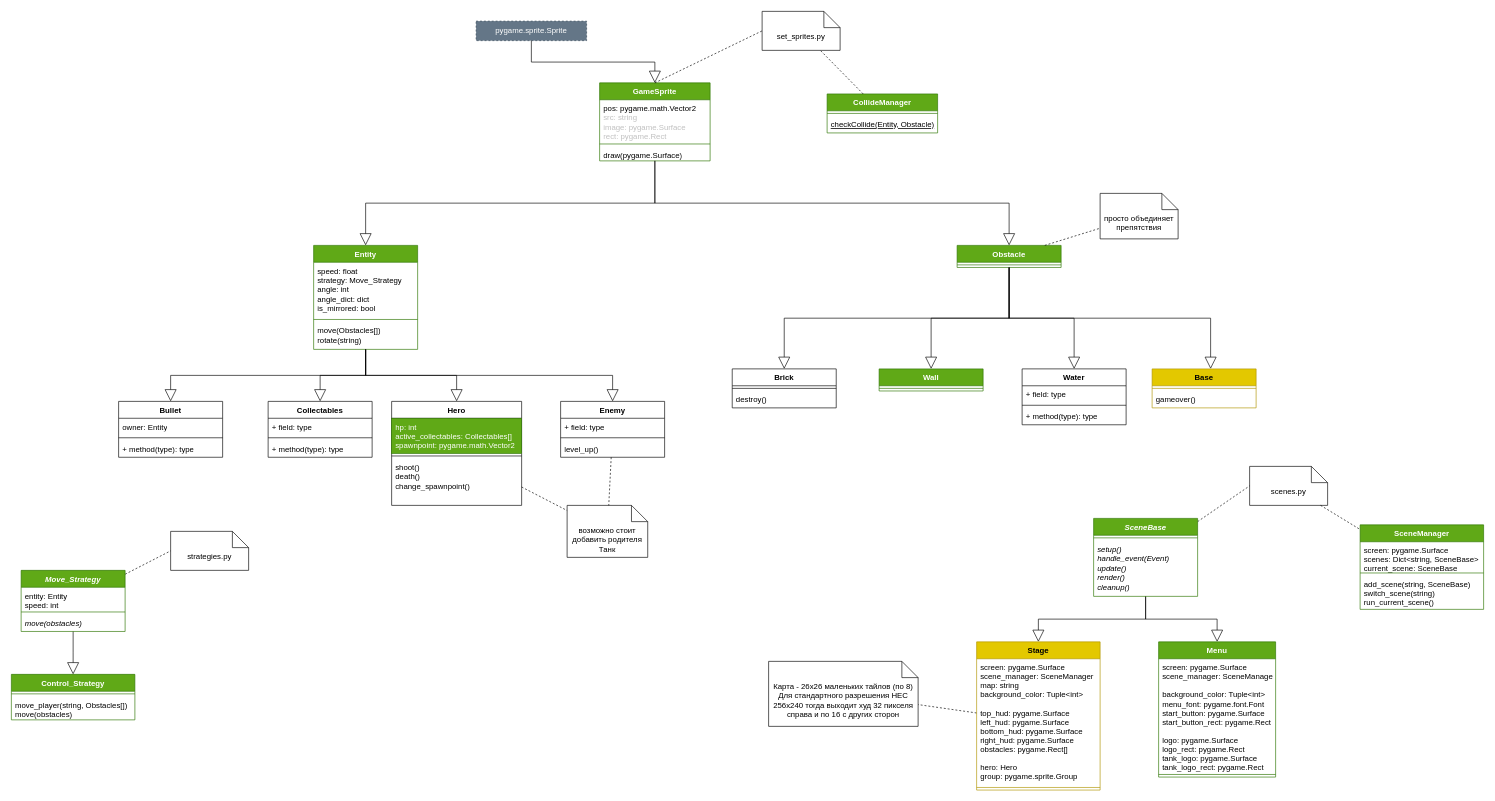
The draw.io diagram UML.drawio in MoNaK-Wales/battle_city, before the edit. Source tidied: cells renumbered, new cells numbered last; positions are measured from the earlier drawing's top-left corner, leaving out a move shared by most shapes. Both pictures are drawn from the tidied source at 65%, with x=0, y=0 at pixel (11, 11).
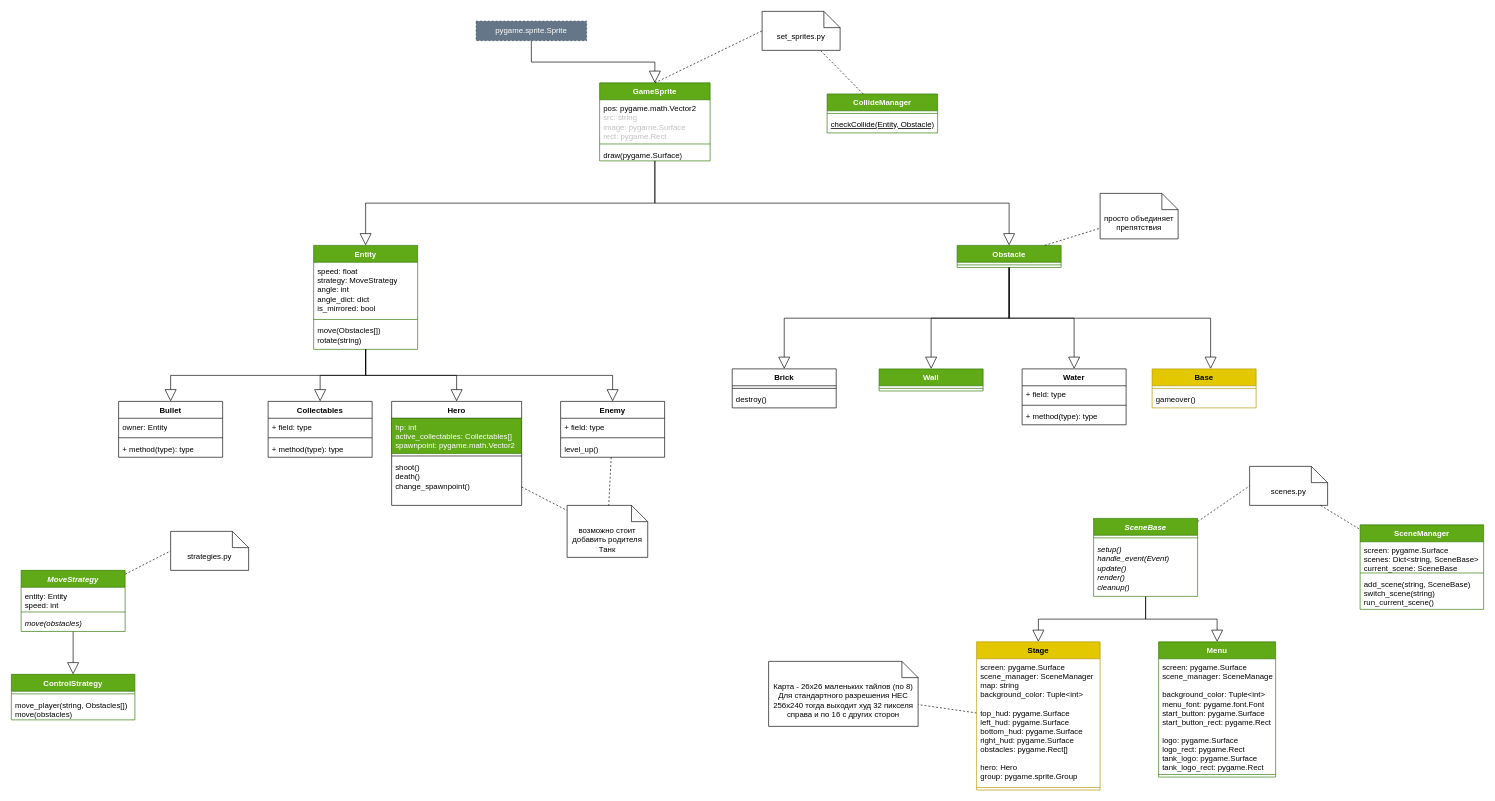
The same diagram, later.

The change refers to these unchanged cells:
```xml
<mxCell id="10" value="Entity" style="swimlane;fontStyle=1;align=center;verticalAlign=top;horizontal=1;startSize=26;whiteSpace=wrap;html=1;fillColor=#60a917;fontColor=#ffffff;strokeColor=#2D7600;" parent="1" vertex="1">
  <mxGeometry x="465" y="360" width="160" height="160" as="geometry" />
</mxCell>
```

Change to the diagram source:
```diff
@@
-    <mxCell id="11" value="&lt;font&gt;&lt;span&gt;speed: float&lt;/span&gt;&lt;br&gt;strategy: Move_Strategy&lt;/font&gt;&lt;div&gt;&lt;font&gt;angle: int&lt;br&gt;angle_dict: dict&lt;br&gt;is_mirrored: bool&lt;/font&gt;&lt;/div&gt;" style="text;strokeColor=none;fillColor=none;align=left;verticalAlign=top;spacingLeft=4;spacingRight=4;overflow=hidden;whiteSpace=wrap;html=1;" parent="10" vertex="1">
+    <mxCell id="11" value="&lt;font&gt;&lt;span&gt;speed: float&lt;/span&gt;&lt;br&gt;strategy: MoveStrategy&lt;/font&gt;&lt;div&gt;&lt;font&gt;angle: int&lt;br&gt;angle_dict: dict&lt;br&gt;is_mirrored: bool&lt;/font&gt;&lt;/div&gt;" style="text;strokeColor=none;fillColor=none;align=left;verticalAlign=top;spacingLeft=4;spacingRight=4;overflow=hidden;whiteSpace=wrap;html=1;" parent="10" vertex="1">
       <mxGeometry y="26" width="160" height="84" as="geometry" />
     </mxCell>
@@
-    <mxCell id="72" value="Move_Strategy" style="swimlane;fontStyle=3;align=center;verticalAlign=top;horizontal=1;startSize=26;fillColor=#60a917;fontColor=#ffffff;strokeColor=#2D7600;" parent="1" vertex="1">
+    <mxCell id="72" value="MoveStrategy" style="swimlane;fontStyle=3;align=center;verticalAlign=top;horizontal=1;startSize=26;fillColor=#60a917;fontColor=#ffffff;strokeColor=#2D7600;" parent="1" vertex="1">
       <mxGeometry x="15" y="860" width="160" height="94" as="geometry" />
     </mxCell>
@@
-    <mxCell id="76" value="Control_Strategy" style="swimlane;fontStyle=1;align=center;verticalAlign=top;horizontal=1;startSize=26;fillColor=#60a917;fontColor=#ffffff;strokeColor=#2D7600;" parent="1" vertex="1">
+    <mxCell id="76" value="ControlStrategy" style="swimlane;fontStyle=1;align=center;verticalAlign=top;horizontal=1;startSize=26;fillColor=#60a917;fontColor=#ffffff;strokeColor=#2D7600;" parent="1" vertex="1">
       <mxGeometry y="1020" width="190" height="70" as="geometry" />
     </mxCell>
```
